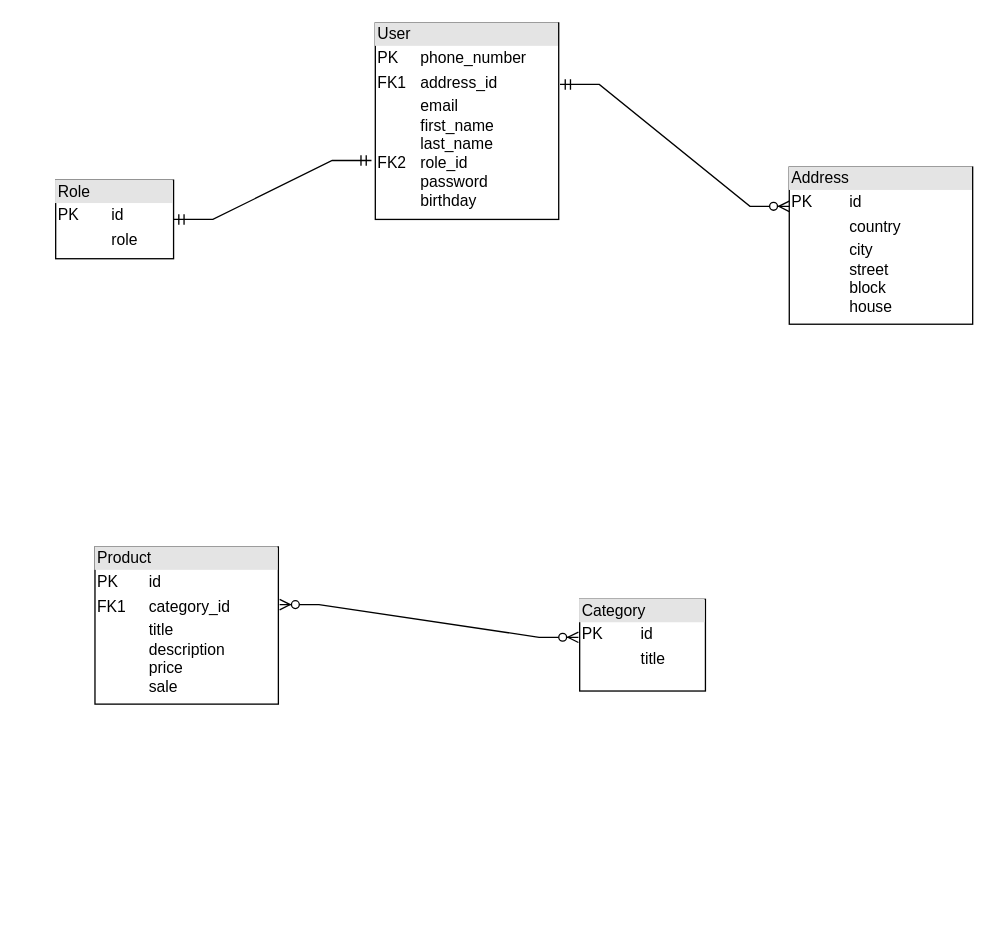
Earlier version of the draw.io diagram util/Core db schema.drawio (manniloff/EShop). Source tidied: cells renumbered, new cells numbered last; positions are measured from the earlier drawing's top-left corner, leaving out a move shared by most shapes. Both pictures are drawn from the tidied source at 131%, with x=0, y=0 at pixel (55, 22).
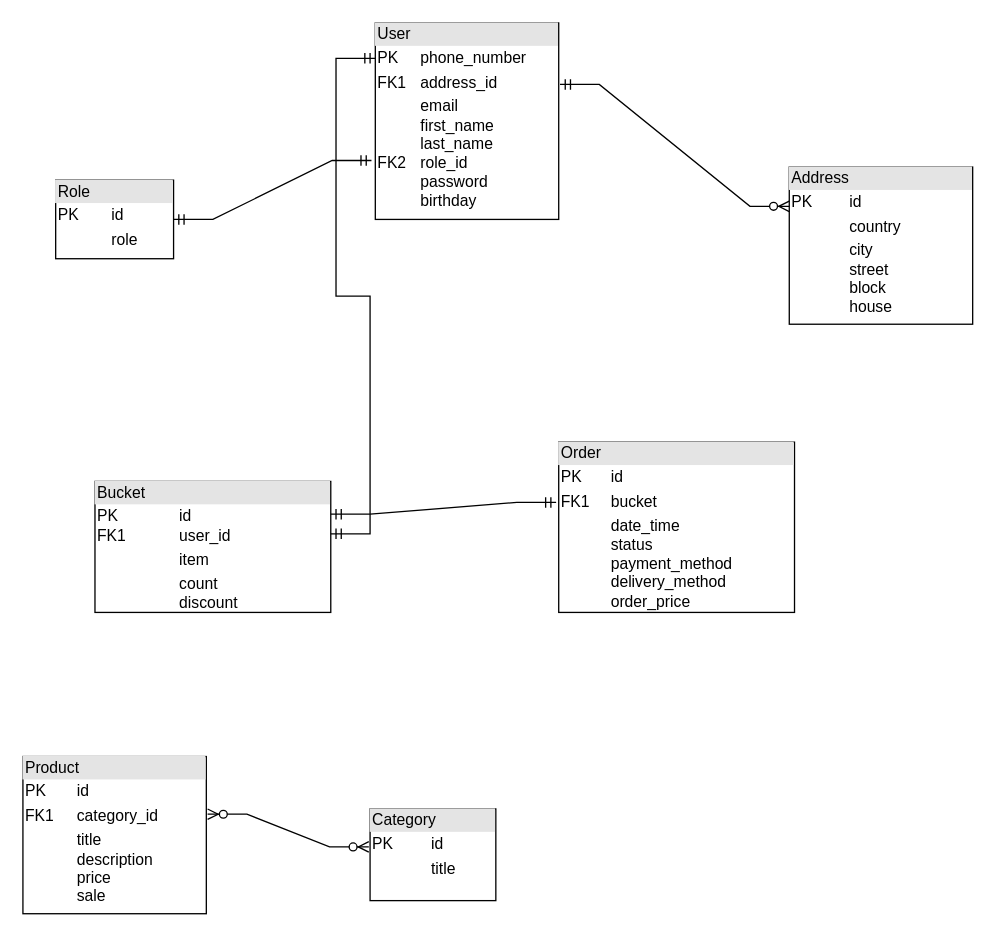
After the change.

The edit, as a diff of the source:
```diff
@@
 <mxGraphModel>
   <root>
     <mxCell id="0" />
     <mxCell id="1" parent="0" />
     <mxCell id="2" value="&lt;div style=&quot;box-sizing:border-box;width:100%;background:#e4e4e4;padding:2px;&quot;&gt;User&lt;/div&gt;&lt;table style=&quot;width:100%;font-size:1em;&quot; cellpadding=&quot;2&quot; cellspacing=&quot;0&quot;&gt;&lt;tbody&gt;&lt;tr&gt;&lt;td&gt;PK&lt;/td&gt;&lt;td&gt;phone_number&lt;/td&gt;&lt;/tr&gt;&lt;tr&gt;&lt;td&gt;FK1&lt;/td&gt;&lt;td&gt;address_id&lt;/td&gt;&lt;/tr&gt;&lt;tr&gt;&lt;td&gt;FK2&lt;/td&gt;&lt;td&gt;email&lt;br&gt;first_name&lt;br&gt;last_name&lt;br&gt;role_id&lt;br&gt;password&lt;br&gt;birthday&lt;br&gt;&lt;br&gt;&lt;/td&gt;&lt;/tr&gt;&lt;/tbody&gt;&lt;/table&gt;" style="verticalAlign=top;align=left;overflow=fill;html=1;" parent="1" vertex="1">
       <mxGeometry x="244" width="140" height="150" as="geometry" />
     </mxCell>
     <mxCell id="3" value="&lt;div style=&quot;box-sizing:border-box;width:100%;background:#e4e4e4;padding:2px;&quot;&gt;Address&lt;/div&gt;&lt;table style=&quot;width:100%;font-size:1em;&quot; cellpadding=&quot;2&quot; cellspacing=&quot;0&quot;&gt;&lt;tbody&gt;&lt;tr&gt;&lt;td&gt;PK&lt;/td&gt;&lt;td&gt;id&lt;/td&gt;&lt;/tr&gt;&lt;tr&gt;&lt;td&gt;&lt;br&gt;&lt;/td&gt;&lt;td&gt;country&lt;br&gt;&lt;/td&gt;&lt;/tr&gt;&lt;tr&gt;&lt;td&gt;&lt;/td&gt;&lt;td&gt;city&lt;br&gt;street&lt;br&gt;block&lt;br&gt;house&lt;br&gt;&lt;br&gt;&lt;/td&gt;&lt;/tr&gt;&lt;tr&gt;&lt;td&gt;&lt;br&gt;&lt;/td&gt;&lt;td&gt;&lt;br&gt;&lt;/td&gt;&lt;/tr&gt;&lt;tr&gt;&lt;td&gt;&lt;br&gt;&lt;/td&gt;&lt;td&gt;&lt;br&gt;&lt;/td&gt;&lt;/tr&gt;&lt;/tbody&gt;&lt;/table&gt;" style="verticalAlign=top;align=left;overflow=fill;html=1;" parent="1" vertex="1">
       <mxGeometry x="560" y="110" width="140" height="120" as="geometry" />
     </mxCell>
     <mxCell id="4" value="&lt;div style=&quot;box-sizing:border-box;width:100%;background:#e4e4e4;padding:2px;&quot;&gt;Role&lt;/div&gt;&lt;table style=&quot;width:100%;font-size:1em;&quot; cellpadding=&quot;2&quot; cellspacing=&quot;0&quot;&gt;&lt;tbody&gt;&lt;tr&gt;&lt;td&gt;PK&lt;/td&gt;&lt;td&gt;id&lt;/td&gt;&lt;/tr&gt;&lt;tr&gt;&lt;td&gt;&lt;br&gt;&lt;/td&gt;&lt;td&gt;role&lt;/td&gt;&lt;/tr&gt;&lt;tr&gt;&lt;td&gt;&lt;/td&gt;&lt;td&gt;&lt;br&gt;&lt;/td&gt;&lt;/tr&gt;&lt;/tbody&gt;&lt;/table&gt;" style="verticalAlign=top;align=left;overflow=fill;html=1;" parent="1" vertex="1">
       <mxGeometry y="120" width="90" height="60" as="geometry" />
     </mxCell>
     <mxCell id="5" value="&lt;div style=&quot;box-sizing:border-box;width:100%;background:#e4e4e4;padding:2px;&quot;&gt;Product&lt;/div&gt;&lt;table style=&quot;width:100%;font-size:1em;&quot; cellpadding=&quot;2&quot; cellspacing=&quot;0&quot;&gt;&lt;tbody&gt;&lt;tr&gt;&lt;td&gt;PK&lt;/td&gt;&lt;td&gt;id&lt;/td&gt;&lt;/tr&gt;&lt;tr&gt;&lt;td&gt;FK1&lt;/td&gt;&lt;td&gt;category_id&lt;/td&gt;&lt;/tr&gt;&lt;tr&gt;&lt;td&gt;&lt;/td&gt;&lt;td&gt;title&lt;br&gt;description&lt;br&gt;price&lt;br&gt;sale&lt;/td&gt;&lt;/tr&gt;&lt;/tbody&gt;&lt;/table&gt;" style="verticalAlign=top;align=left;overflow=fill;html=1;" parent="1" vertex="1">
-      <mxGeometry x="30" y="400" width="140" height="120" as="geometry" />
+      <mxGeometry x="-25" y="560" width="140" height="120" as="geometry" />
     </mxCell>
     <mxCell id="6" value="&lt;div style=&quot;box-sizing:border-box;width:100%;background:#e4e4e4;padding:2px;&quot;&gt;Category&lt;/div&gt;&lt;table style=&quot;width:100%;font-size:1em;&quot; cellpadding=&quot;2&quot; cellspacing=&quot;0&quot;&gt;&lt;tbody&gt;&lt;tr&gt;&lt;td&gt;PK&lt;/td&gt;&lt;td&gt;id&lt;/td&gt;&lt;/tr&gt;&lt;tr&gt;&lt;td&gt;&lt;br&gt;&lt;/td&gt;&lt;td&gt;title&lt;/td&gt;&lt;/tr&gt;&lt;tr&gt;&lt;td&gt;&lt;/td&gt;&lt;td&gt;&lt;br&gt;&lt;/td&gt;&lt;/tr&gt;&lt;/tbody&gt;&lt;/table&gt;" style="verticalAlign=top;align=left;overflow=fill;html=1;" parent="1" vertex="1">
-      <mxGeometry x="400" y="440" width="96" height="70" as="geometry" />
+      <mxGeometry x="240" y="600" width="96" height="70" as="geometry" />
     </mxCell>
     <mxCell id="7" style="edgeStyle=entityRelationEdgeStyle;fontSize=12;html=1;endArrow=ERzeroToMany;startArrow=ERmandOne;rounded=0;exitX=1.007;exitY=0.313;exitDx=0;exitDy=0;exitPerimeter=0;entryX=0;entryY=0.25;entryDx=0;entryDy=0;" parent="1" edge="1" source="2" target="3">
       <mxGeometry relative="1" as="geometry" />
     </mxCell>
     <mxCell id="8" style="edgeStyle=entityRelationEdgeStyle;fontSize=12;html=1;endArrow=ERmandOne;startArrow=ERmandOne;rounded=0;exitX=1;exitY=0.5;exitDx=0;exitDy=0;entryX=-0.021;entryY=0.7;entryDx=0;entryDy=0;entryPerimeter=0;" parent="1" edge="1" source="4" target="2">
       <mxGeometry relative="1" as="geometry" />
     </mxCell>
     <mxCell id="9" style="edgeStyle=entityRelationEdgeStyle;fontSize=12;html=1;endArrow=ERzeroToMany;endFill=1;startArrow=ERzeroToMany;rounded=0;exitX=1.007;exitY=0.367;exitDx=0;exitDy=0;exitPerimeter=0;entryX=-0.01;entryY=0.414;entryDx=0;entryDy=0;entryPerimeter=0;" parent="1" edge="1" source="5" target="6">
       <mxGeometry relative="1" as="geometry" />
     </mxCell>
+    <mxCell id="10" value="&lt;div style=&quot;box-sizing:border-box;width:100%;background:#e4e4e4;padding:2px;&quot;&gt;Order&lt;/div&gt;&lt;table style=&quot;width:100%;font-size:1em;&quot; cellpadding=&quot;2&quot; cellspacing=&quot;0&quot;&gt;&lt;tbody&gt;&lt;tr&gt;&lt;td&gt;PK&lt;/td&gt;&lt;td&gt;id&lt;/td&gt;&lt;/tr&gt;&lt;tr&gt;&lt;td&gt;FK1&lt;/td&gt;&lt;td&gt;bucket&lt;/td&gt;&lt;/tr&gt;&lt;tr&gt;&lt;td&gt;&lt;/td&gt;&lt;td&gt;date_time&lt;br&gt;status&lt;br&gt;payment_method&lt;br&gt;delivery_method&lt;br&gt;order_price&lt;/td&gt;&lt;/tr&gt;&lt;/tbody&gt;&lt;/table&gt;" style="verticalAlign=top;align=left;overflow=fill;html=1;" parent="1" vertex="1">
+      <mxGeometry x="384" y="320" width="180" height="130" as="geometry" />
+    </mxCell>
+    <mxCell id="11" value="&lt;div style=&quot;box-sizing:border-box;width:100%;background:#e4e4e4;padding:2px;&quot;&gt;Bucket&lt;/div&gt;&lt;table style=&quot;width:100%;font-size:1em;&quot; cellpadding=&quot;2&quot; cellspacing=&quot;0&quot;&gt;&lt;tbody&gt;&lt;tr&gt;&lt;td&gt;PK&lt;br&gt;FK1&lt;br&gt;&lt;/td&gt;&lt;td&gt;id&lt;br&gt;user_id&lt;/td&gt;&lt;/tr&gt;&lt;tr&gt;&lt;td&gt;&lt;br&gt;&lt;/td&gt;&lt;td&gt;item&lt;/td&gt;&lt;/tr&gt;&lt;tr&gt;&lt;td&gt;&lt;/td&gt;&lt;td&gt;count&lt;br&gt;discount&lt;/td&gt;&lt;/tr&gt;&lt;/tbody&gt;&lt;/table&gt;" style="verticalAlign=top;align=left;overflow=fill;html=1;" parent="1" vertex="1">
+      <mxGeometry x="30" y="350" width="180" height="100" as="geometry" />
+    </mxCell>
+    <mxCell id="12" style="edgeStyle=entityRelationEdgeStyle;fontSize=12;html=1;endArrow=ERmandOne;startArrow=ERmandOne;rounded=0;entryX=1;entryY=0.25;entryDx=0;entryDy=0;exitX=-0.011;exitY=0.354;exitDx=0;exitDy=0;exitPerimeter=0;" parent="1" edge="1" source="10" target="11">
+      <mxGeometry relative="1" as="geometry" />
+    </mxCell>
+    <mxCell id="13" style="edgeStyle=entityRelationEdgeStyle;fontSize=12;html=1;endArrow=ERmandOne;startArrow=ERmandOne;rounded=0;entryX=0;entryY=0.18;entryDx=0;entryDy=0;entryPerimeter=0;" parent="1" edge="1" target="2">
+      <mxGeometry relative="1" as="geometry">
+        <mxPoint x="210" y="390" as="sourcePoint" />
+      </mxGeometry>
+    </mxCell>
   </root>
 </mxGraphModel>
```
